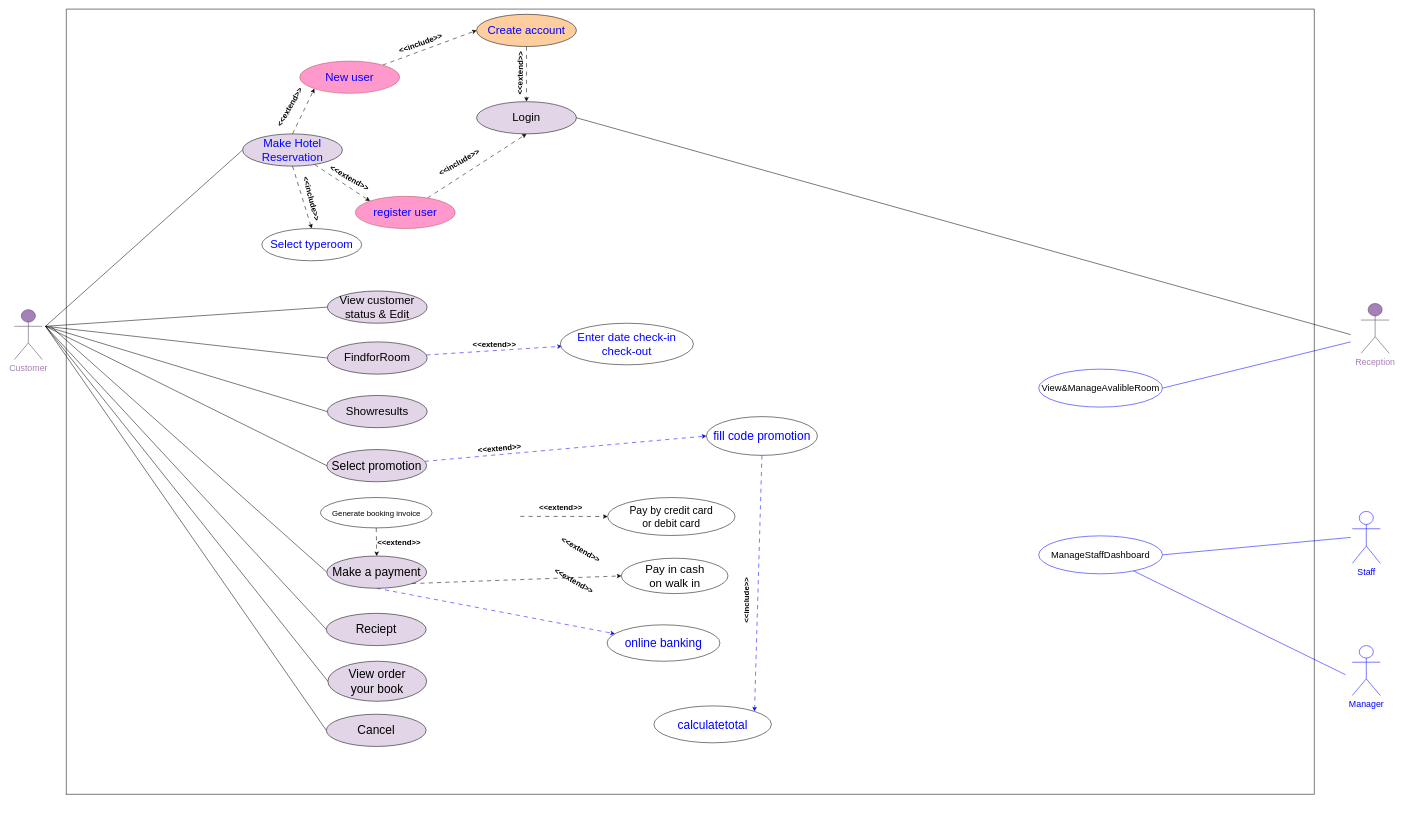
This is usecase1.drawio from Yaya25aom/bookhotel, a draw.io file, before an edit. Source tidied: cells renumbered, new cells numbered last; positions are measured from the earlier drawing's top-left corner, leaving out a move shared by most shapes. Both pictures are drawn from the tidied source at 52%, with x=0, y=0 at pixel (14, 9).
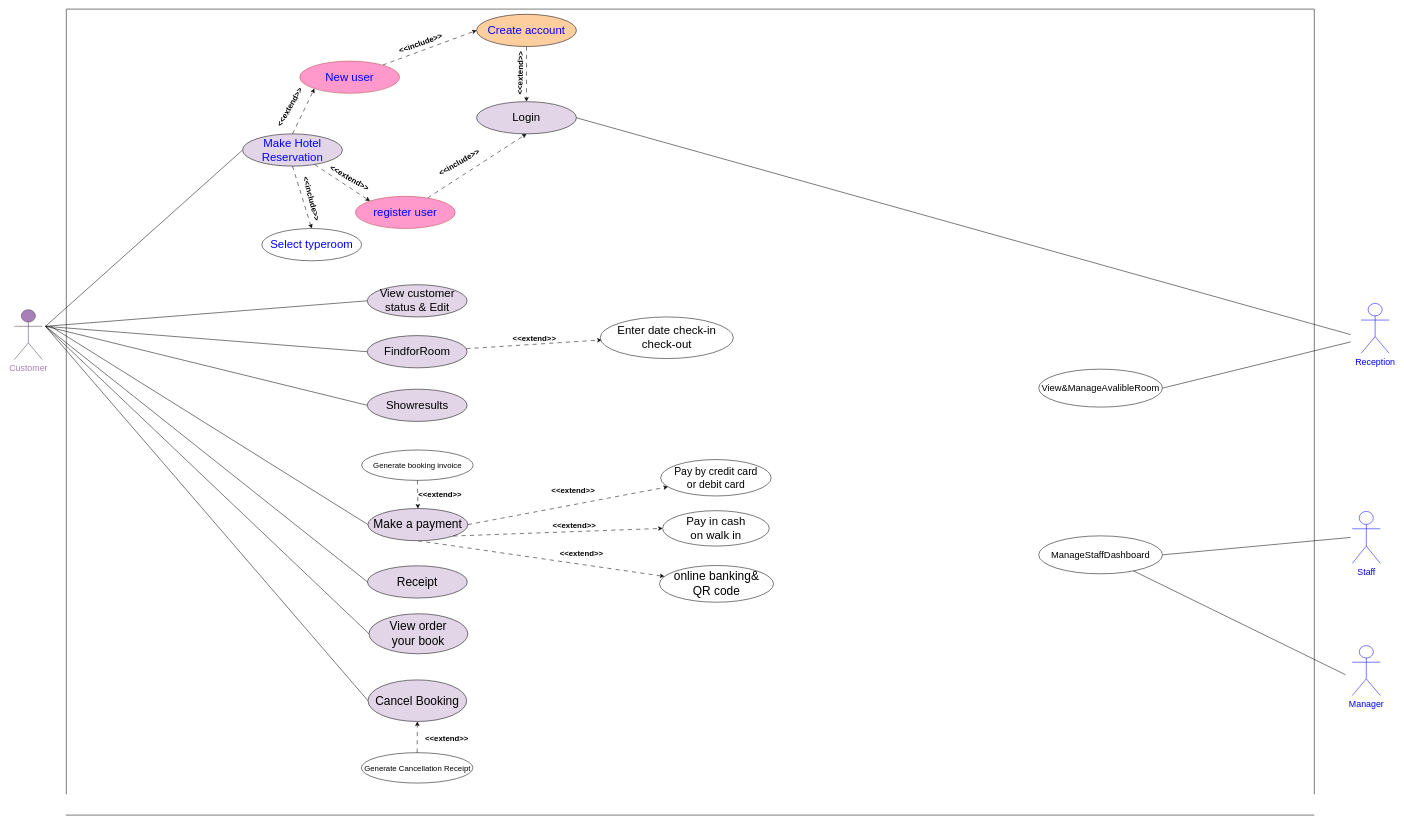
The same page after the edit.

The edit, as a diff of the source:
```diff
@@
-    <mxCell id="5" style="edgeStyle=none;shape=connector;rounded=0;jettySize=auto;html=1;exitX=0;exitY=0.5;exitDx=0;exitDy=0;labelBackgroundColor=default;fontFamily=Helvetica;fontSize=11;fontColor=default;endArrow=none;endFill=0;" parent="1" edge="1" source="7">
-      <mxGeometry relative="1" as="geometry">
-        <mxPoint x="60" y="610" as="targetPoint" />
-      </mxGeometry>
-    </mxCell>
-    <mxCell id="6" style="rounded=0;jettySize=auto;html=1;dashed=1;dashPattern=8 8;strokeColor=#0000FF;entryX=0;entryY=0.5;entryDx=0;entryDy=0;" parent="1" edge="1" source="7" target="49">
-      <mxGeometry relative="1" as="geometry" />
-    </mxCell>
-    <mxCell id="7" value="&lt;font style=&quot;font-size: 23px;&quot;&gt;Select promotion&lt;/font&gt;" style="ellipse;whiteSpace=wrap;html=1;fillColor=#E1D5E7;" parent="1" vertex="1">
-      <mxGeometry x="601" y="847" width="192" height="62" as="geometry" />
-    </mxCell>
@@
-    <mxCell id="13" style="rounded=0;jettySize=auto;html=1;dashed=1;dashPattern=8 8;strokeColor=#0000FF;" parent="1" edge="1" source="14">
+    <mxCell id="13" style="rounded=0;jettySize=auto;html=1;dashed=1;dashPattern=8 8;strokeColor=#000000;" parent="1" edge="1" source="14">
       <mxGeometry relative="1" as="geometry">
-        <mxPoint x="1052.8" y="648.4" as="targetPoint" />
+        <mxPoint x="1129.6" y="636.3" as="targetPoint" />
       </mxGeometry>
     </mxCell>
     <mxCell id="14" value="&lt;font style=&quot;font-size: 22px;&quot;&gt;FindforRoom&lt;/font&gt;" style="ellipse;whiteSpace=wrap;html=1;fillColor=#E1D5E7;" parent="1" vertex="1">
-      <mxGeometry x="602" y="640" width="192" height="62" as="geometry" />
+      <mxGeometry x="678.8" y="627.9" width="192" height="62" as="geometry" />
     </mxCell>
@@
-    <mxCell id="17" style="rounded=0;jettySize=auto;html=1;exitX=0.5;exitY=1;exitDx=0;exitDy=0;dashed=1;dashPattern=8 8;strokeColor=#0000FF;" parent="1" edge="1" source="18" target="45">
+    <mxCell id="17" style="rounded=0;jettySize=auto;html=1;exitX=0.5;exitY=1;exitDx=0;exitDy=0;dashed=1;dashPattern=8 8;strokeColor=#000000;" parent="1" edge="1" source="18" target="45">
       <mxGeometry relative="1" as="geometry" />
     </mxCell>
     <mxCell id="18" value="&lt;font style=&quot;font-size: 23px;&quot;&gt;Make a payment&lt;/font&gt;" style="ellipse;whiteSpace=wrap;html=1;fillColor=#E1D5E7;" parent="1" vertex="1">
-      <mxGeometry x="601" y="1051.8" width="192" height="62" as="geometry" />
+      <mxGeometry x="680.2" y="960.4" width="192" height="62" as="geometry" />
     </mxCell>
@@
     <mxCell id="20" value="&lt;font style=&quot;font-size: 23px;&quot;&gt;View order&lt;br&gt;your book&lt;/font&gt;" style="ellipse;whiteSpace=wrap;html=1;fillColor=#E1D5E7;" parent="1" vertex="1">
-      <mxGeometry x="603" y="1254.1" width="190" height="77" as="geometry" />
+      <mxGeometry x="682.2" y="1162.8" width="190" height="77" as="geometry" />
     </mxCell>
@@
-    <mxCell id="22" value="&lt;span style=&quot;font-size: 23px;&quot;&gt;Cancel&lt;/span&gt;" style="ellipse;whiteSpace=wrap;html=1;fillColor=#E1D5E7;" parent="1" vertex="1">
-      <mxGeometry x="600" y="1356" width="192" height="62" as="geometry" />
+    <mxCell id="22" value="&lt;span style=&quot;font-size: 23px;&quot;&gt;Cancel Booking&lt;/span&gt;" style="ellipse;whiteSpace=wrap;html=1;fillColor=#E1D5E7;" parent="1" vertex="1">
+      <mxGeometry x="680.2" y="1290" width="189.8" height="80" as="geometry" />
     </mxCell>
@@
     <mxCell id="24" value="&lt;font style=&quot;font-size: 20px;&quot;&gt;Pay by credit card&lt;br&gt;or debit card&lt;/font&gt;" style="ellipse;whiteSpace=wrap;html=1;" parent="1" vertex="1">
-      <mxGeometry x="1141" y="939.3" width="245" height="73" as="geometry" />
+      <mxGeometry x="1243" y="866.3" width="212.5" height="70" as="geometry" />
     </mxCell>
     <mxCell id="25" value="&lt;font style=&quot;font-size: 22px;&quot;&gt;Pay in cash&lt;br&gt;on walk in&lt;/font&gt;" style="ellipse;whiteSpace=wrap;html=1;" parent="1" vertex="1">
-      <mxGeometry x="1167.5" y="1056" width="205" height="68" as="geometry" />
+      <mxGeometry x="1246.8" y="964.6" width="205" height="68" as="geometry" />
     </mxCell>
-    <mxCell id="26" value="&lt;font color=&quot;#a680b8&quot; style=&quot;font-size: 17px;&quot;&gt;Reception&lt;/font&gt;" style="shape=umlActor;verticalLabelPosition=bottom;verticalAlign=top;html=1;fillColor=#A680B8;strokeColor=#4E3C57;" parent="1" vertex="1">
+    <mxCell id="26" value="&lt;font color=&quot;#0000ff&quot; style=&quot;font-size: 17px;&quot;&gt;Reception&lt;/font&gt;" style="shape=umlActor;verticalLabelPosition=bottom;verticalAlign=top;html=1;fillColor=none;strokeColor=#0000FF;" parent="1" vertex="1">
       <mxGeometry x="2590" y="566" width="54" height="96" as="geometry" />
     </mxCell>
@@
-    <mxCell id="29" value="&lt;span style=&quot;font-size: 15px;&quot;&gt;&lt;b&gt;&amp;lt;&amp;lt;extend&amp;gt;&amp;gt;&lt;/b&gt;&lt;/span&gt;" style="text;html=1;strokeColor=none;fillColor=none;align=center;verticalAlign=middle;whiteSpace=wrap;rounded=0;fontSize=11;fontFamily=Helvetica;fontColor=default;rotation=30;" parent="1" vertex="1">
-      <mxGeometry x="1039.4" y="1026" width="101.6" height="25.8" as="geometry" />
-    </mxCell>
     <mxCell id="30" value="&lt;span style=&quot;font-size: 15px;&quot;&gt;&lt;b&gt;&amp;lt;&amp;lt;extend&amp;gt;&amp;gt;&lt;/b&gt;&lt;/span&gt;" style="text;html=1;strokeColor=none;fillColor=none;align=center;verticalAlign=middle;whiteSpace=wrap;rounded=0;fontSize=11;fontFamily=Helvetica;fontColor=default;rotation=0;" parent="1" vertex="1">
-      <mxGeometry x="1021" y="945" width="60" height="23.3" as="geometry" />
+      <mxGeometry x="1045.1" y="913" width="60" height="23.3" as="geometry" />
     </mxCell>
-    <mxCell id="31" style="edgeStyle=none;shape=connector;rounded=0;jettySize=auto;html=1;exitX=1;exitY=0.5;exitDx=0;exitDy=0;labelBackgroundColor=default;fontFamily=Helvetica;fontSize=11;fontColor=default;endArrow=none;endFill=0;strokeColor=#0000FF;" parent="1" edge="1" source="32">
+    <mxCell id="31" style="edgeStyle=none;shape=connector;rounded=0;jettySize=auto;html=1;exitX=1;exitY=0.5;exitDx=0;exitDy=0;labelBackgroundColor=default;fontFamily=Helvetica;fontSize=11;fontColor=default;endArrow=none;endFill=0;strokeColor=#000000;" parent="1" edge="1" source="32">
       <mxGeometry relative="1" as="geometry">
         <mxPoint x="2570" y="1016" as="targetPoint" />
       </mxGeometry>
     </mxCell>
-    <mxCell id="32" value="&lt;font style=&quot;font-size: 18px;&quot;&gt;ManageStaffDashboard&lt;/font&gt;" style="ellipse;whiteSpace=wrap;html=1;strokeColor=#0000FF;fillColor=#FFFFFF;" parent="1" vertex="1">
+    <mxCell id="32" value="&lt;font style=&quot;font-size: 18px;&quot;&gt;ManageStaffDashboard&lt;/font&gt;" style="ellipse;whiteSpace=wrap;html=1;strokeColor=#000000;fillColor=#FFFFFF;" parent="1" vertex="1">
       <mxGeometry x="1970" y="1013" width="238" height="73" as="geometry" />
     </mxCell>
@@
     <mxCell id="37" style="endArrow=none;html=1;rounded=0;" parent="1" edge="1">
       <mxGeometry relative="1" as="geometry">
-        <mxPoint x="99" y="1510" as="sourcePoint" />
-        <mxPoint x="2500" y="1510" as="targetPoint" />
+        <mxPoint x="99" y="1550" as="sourcePoint" />
+        <mxPoint x="2500" y="1550" as="targetPoint" />
       </mxGeometry>
     </mxCell>
-    <mxCell id="38" style="edgeStyle=none;shape=connector;rounded=0;jettySize=auto;html=1;exitX=1;exitY=0.5;exitDx=0;exitDy=0;labelBackgroundColor=default;fontFamily=Helvetica;fontSize=11;fontColor=default;endArrow=classic;endFill=1;dashed=1;dashPattern=8 8;" parent="1" edge="1" target="24">
-      <mxGeometry relative="1" as="geometry">
-        <mxPoint x="973" y="975.5" as="sourcePoint" />
-      </mxGeometry>
+    <mxCell id="38" style="edgeStyle=none;shape=connector;rounded=0;jettySize=auto;html=1;exitX=1;exitY=0.5;exitDx=0;exitDy=0;labelBackgroundColor=default;fontFamily=Helvetica;fontSize=11;fontColor=default;endArrow=classic;endFill=1;dashed=1;dashPattern=8 8;" parent="1" edge="1" source="18" target="24">
+      <mxGeometry relative="1" as="geometry" />
     </mxCell>
@@
-    <mxCell id="40" style="edgeStyle=none;shape=connector;rounded=0;jettySize=auto;html=1;labelBackgroundColor=default;fontFamily=Helvetica;fontSize=11;fontColor=default;endArrow=none;endFill=0;strokeColor=#0000FF;" parent="1" edge="1" source="32">
+    <mxCell id="40" style="edgeStyle=none;shape=connector;rounded=0;jettySize=auto;html=1;labelBackgroundColor=default;fontFamily=Helvetica;fontSize=11;fontColor=default;endArrow=none;endFill=0;strokeColor=#000000;" parent="1" edge="1" source="32">
       <mxGeometry relative="1" as="geometry">
         <mxPoint x="2560" y="1280" as="targetPoint" />
       </mxGeometry>
     </mxCell>
-    <mxCell id="41" value="&lt;font style=&quot;font-size: 18px;&quot;&gt;View&amp;amp;ManageAvalibleRoom&lt;/font&gt;" style="ellipse;whiteSpace=wrap;html=1;strokeColor=#0000FF;fillColor=#FFFFFF;" parent="1" vertex="1">
+    <mxCell id="41" value="&lt;font style=&quot;font-size: 18px;&quot;&gt;View&amp;amp;ManageAvalibleRoom&lt;/font&gt;" style="ellipse;whiteSpace=wrap;html=1;strokeColor=#000000;fillColor=#FFFFFF;" parent="1" vertex="1">
       <mxGeometry x="1970" y="692.4" width="238" height="73" as="geometry" />
     </mxCell>
-    <mxCell id="42" style="edgeStyle=none;shape=connector;rounded=0;jettySize=auto;html=1;exitX=1;exitY=0.5;exitDx=0;exitDy=0;labelBackgroundColor=default;fontFamily=Helvetica;fontSize=11;fontColor=default;endArrow=none;endFill=0;strokeColor=#0000FF;" parent="1" edge="1" source="41">
+    <mxCell id="42" style="edgeStyle=none;shape=connector;rounded=0;jettySize=auto;html=1;exitX=1;exitY=0.5;exitDx=0;exitDy=0;labelBackgroundColor=default;fontFamily=Helvetica;fontSize=11;fontColor=default;endArrow=none;endFill=0;strokeColor=#000000;" parent="1" edge="1" source="41">
       <mxGeometry relative="1" as="geometry">
         <mxPoint x="2570" y="640" as="targetPoint" />
       </mxGeometry>
     </mxCell>
-    <mxCell id="43" value="&lt;span style=&quot;font-size: 23px;&quot;&gt;Reciept&lt;/span&gt;" style="ellipse;whiteSpace=wrap;html=1;fillColor=#E1D5E7;" parent="1" vertex="1">
-      <mxGeometry x="600" y="1162" width="192" height="62" as="geometry" />
+    <mxCell id="43" value="&lt;span style=&quot;font-size: 23px;&quot;&gt;Receipt&lt;/span&gt;" style="ellipse;whiteSpace=wrap;html=1;fillColor=#E1D5E7;" parent="1" vertex="1">
+      <mxGeometry x="679.2" y="1070.6" width="192" height="62" as="geometry" />
     </mxCell>
@@
-    <mxCell id="45" value="&lt;font color=&quot;#0000ff&quot; style=&quot;font-size: 23px;&quot;&gt;online banking&lt;/font&gt;" style="ellipse;whiteSpace=wrap;html=1;fillColor=#FFFFFF;" parent="1" vertex="1">
-      <mxGeometry x="1140" y="1184.1" width="217" height="70" as="geometry" />
+    <mxCell id="45" value="&lt;font style=&quot;font-size: 23px;&quot;&gt;online banking&amp;amp;&lt;br&gt;QR code&lt;/font&gt;" style="ellipse;whiteSpace=wrap;html=1;fillColor=#FFFFFF;" parent="1" vertex="1">
+      <mxGeometry x="1240.8" y="1070" width="219.2" height="70.6" as="geometry" />
     </mxCell>
-    <mxCell id="46" value="&lt;span style=&quot;font-size: 15px;&quot;&gt;&lt;b&gt;&amp;lt;&amp;lt;extend&amp;gt;&amp;gt;&lt;/b&gt;&lt;/span&gt;" style="text;html=1;strokeColor=none;fillColor=none;align=center;verticalAlign=middle;whiteSpace=wrap;rounded=0;fontSize=11;fontFamily=Helvetica;fontColor=default;rotation=30;" parent="1" vertex="1">
-      <mxGeometry x="1026.3" y="1086" width="101.6" height="25.8" as="geometry" />
+    <mxCell id="46" value="&lt;span style=&quot;font-size: 15px;&quot;&gt;&lt;b&gt;&amp;lt;&amp;lt;extend&amp;gt;&amp;gt;&lt;/b&gt;&lt;/span&gt;" style="text;html=1;strokeColor=none;fillColor=none;align=center;verticalAlign=middle;whiteSpace=wrap;rounded=0;fontSize=11;fontFamily=Helvetica;fontColor=default;rotation=0;" parent="1" vertex="1">
+      <mxGeometry x="1025.9" y="980" width="101.6" height="25.8" as="geometry" />
     </mxCell>
-    <mxCell id="47" value="&lt;font color=&quot;#0000ff&quot; style=&quot;font-size: 23px;&quot;&gt;calculatetotal&lt;/font&gt;" style="ellipse;whiteSpace=wrap;html=1;fillColor=#FFFFFF;" parent="1" vertex="1">
-      <mxGeometry x="1230" y="1340" width="226" height="71" as="geometry" />
-    </mxCell>
-    <mxCell id="48" style="rounded=0;jettySize=auto;html=1;exitX=0.5;exitY=1;exitDx=0;exitDy=0;entryX=1;entryY=0;entryDx=0;entryDy=0;dashed=1;dashPattern=8 8;strokeColor=#0000FF;" parent="1" edge="1" source="49" target="47">
-      <mxGeometry relative="1" as="geometry" />
-    </mxCell>
-    <mxCell id="49" value="&lt;font color=&quot;#0000ff&quot; style=&quot;font-size: 23px;&quot;&gt;fill code promotion&lt;/font&gt;" style="ellipse;whiteSpace=wrap;html=1;fillColor=#FFFFFF;" parent="1" vertex="1">
-      <mxGeometry x="1331" y="783.7" width="213.5" height="74.5" as="geometry" />
-    </mxCell>
-    <mxCell id="50" value="&lt;span style=&quot;font-size: 15px;&quot;&gt;&lt;b&gt;&amp;lt;&amp;lt;include&amp;gt;&amp;gt;&lt;/b&gt;&lt;/span&gt;" style="text;html=1;strokeColor=none;fillColor=none;align=center;verticalAlign=middle;whiteSpace=wrap;rounded=0;fontSize=11;fontFamily=Helvetica;fontColor=default;rotation=-90;" parent="1" vertex="1">
-      <mxGeometry x="1357" y="1124" width="101.6" height="25.8" as="geometry" />
-    </mxCell>
-    <mxCell id="51" value="&lt;span style=&quot;font-size: 15px;&quot;&gt;&lt;b&gt;&amp;lt;&amp;lt;extend&amp;gt;&amp;gt;&lt;/b&gt;&lt;/span&gt;" style="text;html=1;strokeColor=none;fillColor=none;align=center;verticalAlign=middle;whiteSpace=wrap;rounded=0;fontSize=11;fontFamily=Helvetica;fontColor=default;rotation=-5;" parent="1" vertex="1">
-      <mxGeometry x="880" y="830" width="106.9" height="28.2" as="geometry" />
-    </mxCell>
-    <mxCell id="52" value="&lt;font style=&quot;font-size: 22px;&quot;&gt;&lt;font color=&quot;#0000ff&quot;&gt;Enter date check-in&lt;br&gt;check-out&lt;/font&gt;&lt;br&gt;&lt;/font&gt;" style="ellipse;whiteSpace=wrap;html=1;fillColor=#FFFFFF;" parent="1" vertex="1">
-      <mxGeometry x="1050" y="604.1" width="256" height="80" as="geometry" />
+    <mxCell id="52" value="&lt;font style=&quot;font-size: 22px;&quot;&gt;Enter date check-in&lt;br&gt;check-out&lt;br&gt;&lt;/font&gt;" style="ellipse;whiteSpace=wrap;html=1;fillColor=#FFFFFF;" parent="1" vertex="1">
+      <mxGeometry x="1126.8" y="592" width="256" height="80" as="geometry" />
     </mxCell>
     <mxCell id="53" value="&lt;span style=&quot;font-size: 15px;&quot;&gt;&lt;b&gt;&amp;lt;&amp;lt;extend&amp;gt;&amp;gt;&lt;/b&gt;&lt;/span&gt;" style="text;html=1;strokeColor=none;fillColor=none;align=center;verticalAlign=middle;whiteSpace=wrap;rounded=0;fontSize=11;fontFamily=Helvetica;fontColor=default;rotation=0;" parent="1" vertex="1">
-      <mxGeometry x="870" y="630" width="106.9" height="28.2" as="geometry" />
+      <mxGeometry x="946.8" y="617.9" width="106.9" height="28.2" as="geometry" />
     </mxCell>
@@
     <mxCell id="55" value="&lt;font style=&quot;font-size: 22px;&quot;&gt;Showresults&lt;/font&gt;" style="ellipse;whiteSpace=wrap;html=1;fillColor=#E1D5E7;" parent="1" vertex="1">
-      <mxGeometry x="602" y="743" width="192" height="62" as="geometry" />
+      <mxGeometry x="678.8" y="730.9" width="192" height="62" as="geometry" />
     </mxCell>
@@
     <mxCell id="68" value="&lt;font style=&quot;font-size: 22px;&quot;&gt;View customer status &amp;amp; Edit&lt;/font&gt;" style="ellipse;whiteSpace=wrap;html=1;fillColor=#E1D5E7;" parent="1" vertex="1">
-      <mxGeometry x="602" y="542.1" width="192" height="62" as="geometry" />
+      <mxGeometry x="678.8" y="530" width="192" height="62" as="geometry" />
     </mxCell>
     <mxCell id="69" value="&lt;font style=&quot;font-size: 15px;&quot;&gt;Generate booking invoice&lt;/font&gt;" style="ellipse;whiteSpace=wrap;html=1;" parent="1" vertex="1">
-      <mxGeometry x="588.8" y="939.3" width="214.5" height="58.4" as="geometry" />
+      <mxGeometry x="668" y="847.9" width="214.5" height="58.4" as="geometry" />
     </mxCell>
@@
     <mxCell id="71" value="&lt;span style=&quot;font-size: 15px;&quot;&gt;&lt;b&gt;&amp;lt;&amp;lt;extend&amp;gt;&amp;gt;&lt;/b&gt;&lt;/span&gt;" style="text;html=1;strokeColor=none;fillColor=none;align=center;verticalAlign=middle;whiteSpace=wrap;rounded=0;fontSize=11;fontFamily=Helvetica;fontColor=default;rotation=0;" parent="1" vertex="1">
-      <mxGeometry x="710" y="1013" width="60" height="23.3" as="geometry" />
+      <mxGeometry x="789.2" y="921.6" width="60" height="23.3" as="geometry" />
     </mxCell>
+    <mxCell id="72" value="&lt;font style=&quot;font-size: 15px;&quot;&gt;Generate Cancellation Receipt&lt;/font&gt;" style="ellipse;whiteSpace=wrap;html=1;" parent="1" vertex="1">
+      <mxGeometry x="667.5" y="1430" width="214.5" height="58.4" as="geometry" />
+    </mxCell>
+    <mxCell id="73" style="endArrow=classic;html=1;rounded=0;exitX=0.5;exitY=0;exitDx=0;exitDy=0;entryX=0.5;entryY=1;entryDx=0;entryDy=0;dashed=1;dashPattern=8 8;" parent="1" edge="1" source="72" target="22">
+      <mxGeometry relative="1" as="geometry" />
+    </mxCell>
+    <mxCell id="74" value="&lt;span style=&quot;font-size: 15px;&quot;&gt;&lt;b&gt;&amp;lt;&amp;lt;extend&amp;gt;&amp;gt;&lt;/b&gt;&lt;/span&gt;" style="text;html=1;strokeColor=none;fillColor=none;align=center;verticalAlign=middle;whiteSpace=wrap;rounded=0;fontSize=11;fontFamily=Helvetica;fontColor=default;rotation=0;" parent="1" vertex="1">
+      <mxGeometry x="802.1" y="1390" width="60" height="23.3" as="geometry" />
+    </mxCell>
+    <mxCell id="75" value="&lt;span style=&quot;font-size: 15px;&quot;&gt;&lt;b&gt;&amp;lt;&amp;lt;extend&amp;gt;&amp;gt;&lt;/b&gt;&lt;/span&gt;" style="text;html=1;strokeColor=none;fillColor=none;align=center;verticalAlign=middle;whiteSpace=wrap;rounded=0;fontSize=11;fontFamily=Helvetica;fontColor=default;rotation=0;" parent="1" vertex="1">
+      <mxGeometry x="1040" y="1032.6" width="101.6" height="25.8" as="geometry" />
+    </mxCell>
```
